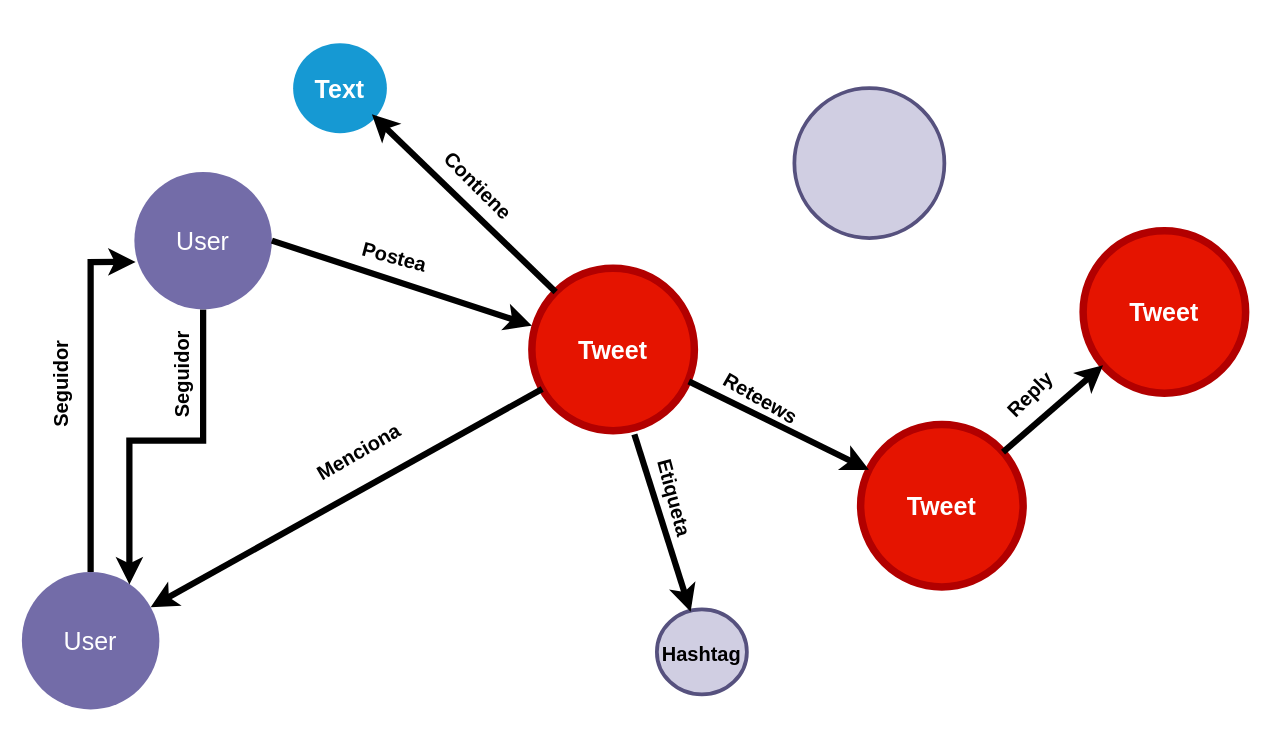
The draw.io diagram Neo4j.drawio in EvaAnalytics/Images, before the edit. Source tidied: cells renumbered, new cells numbered last; positions are measured from the earlier drawing's top-left corner, leaving out a move shared by most shapes. Both pictures are drawn from the tidied source at 125%, with x=0, y=0 at pixel (21, 42).
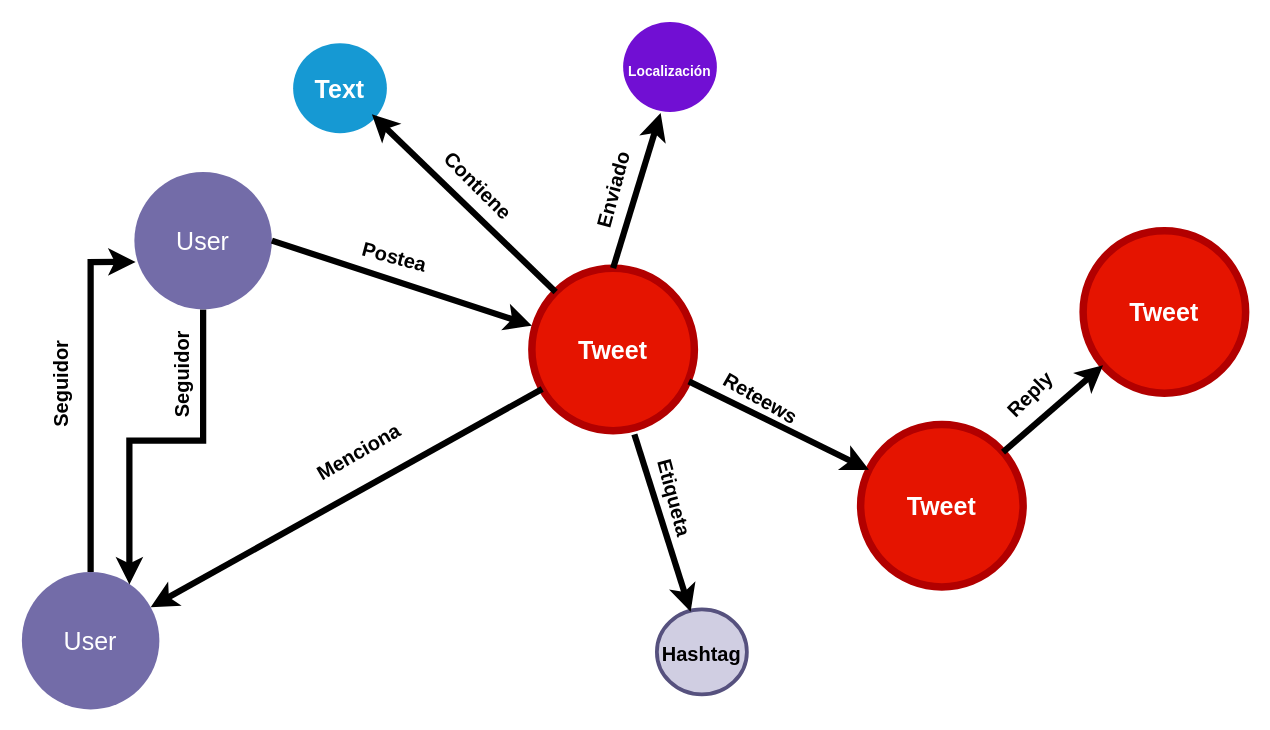
Above is the later version.

The change refers to these unchanged cells:
```xml
<mxCell id="5" value="&lt;h3 style=&quot;font-size: 20px&quot;&gt;Tweet&lt;/h3&gt;" style="ellipse;whiteSpace=wrap;html=1;shadow=0;fontFamily=Helvetica;fontSize=30;fontColor=#ffffff;align=center;strokeColor=#B20000;strokeWidth=6;fillColor=#e51400;fontStyle=1;" parent="1" vertex="1">
  <mxGeometry x="408" y="180" width="130" height="130" as="geometry" />
</mxCell>
```

The edit, as a diff of the source:
```diff
@@
-    <mxCell id="3" style="ellipse;whiteSpace=wrap;html=1;shadow=0;fontFamily=Helvetica;fontSize=20;align=center;strokeWidth=3;fillColor=#d0cee2;strokeColor=#56517e;" parent="1" vertex="1">
-      <mxGeometry x="618" y="36" width="120" height="120" as="geometry" />
-    </mxCell>
@@
+    <mxCell id="26" style="endArrow=classic;html=1;strokeWidth=5;exitX=0.5;exitY=0;exitDx=0;exitDy=0;entryX=0.342;entryY=0.986;entryDx=0;entryDy=0;entryPerimeter=0;" parent="1" edge="1" source="5">
+      <mxGeometry relative="1" as="geometry">
+        <mxPoint x="511" y="56" as="targetPoint" />
+      </mxGeometry>
+    </mxCell>
+    <mxCell id="27" value="&lt;font style=&quot;font-size: 11px&quot;&gt;&lt;b&gt;&lt;font style=&quot;font-size: 11px&quot;&gt;Localización&lt;/font&gt;&lt;/b&gt;&lt;/font&gt;" style="ellipse;whiteSpace=wrap;html=1;shadow=0;fontFamily=Helvetica;fontSize=20;fontColor=#FFFFFF;align=center;strokeWidth=3;strokeColor=none;fillColor=#710FD3;" parent="1" vertex="1">
+      <mxGeometry x="481" y="-17" width="75" height="72" as="geometry" />
+    </mxCell>
+    <mxCell id="28" value="&lt;font style=&quot;font-size: 16px&quot;&gt;&lt;b&gt;Enviado&lt;/b&gt;&lt;/font&gt;" style="text;html=1;strokeColor=none;fillColor=none;align=center;verticalAlign=middle;whiteSpace=wrap;rounded=0;rotation=-75;" parent="1" vertex="1">
+      <mxGeometry x="443.5" y="103" width="58.9" height="29.6" as="geometry" />
+    </mxCell>
```
